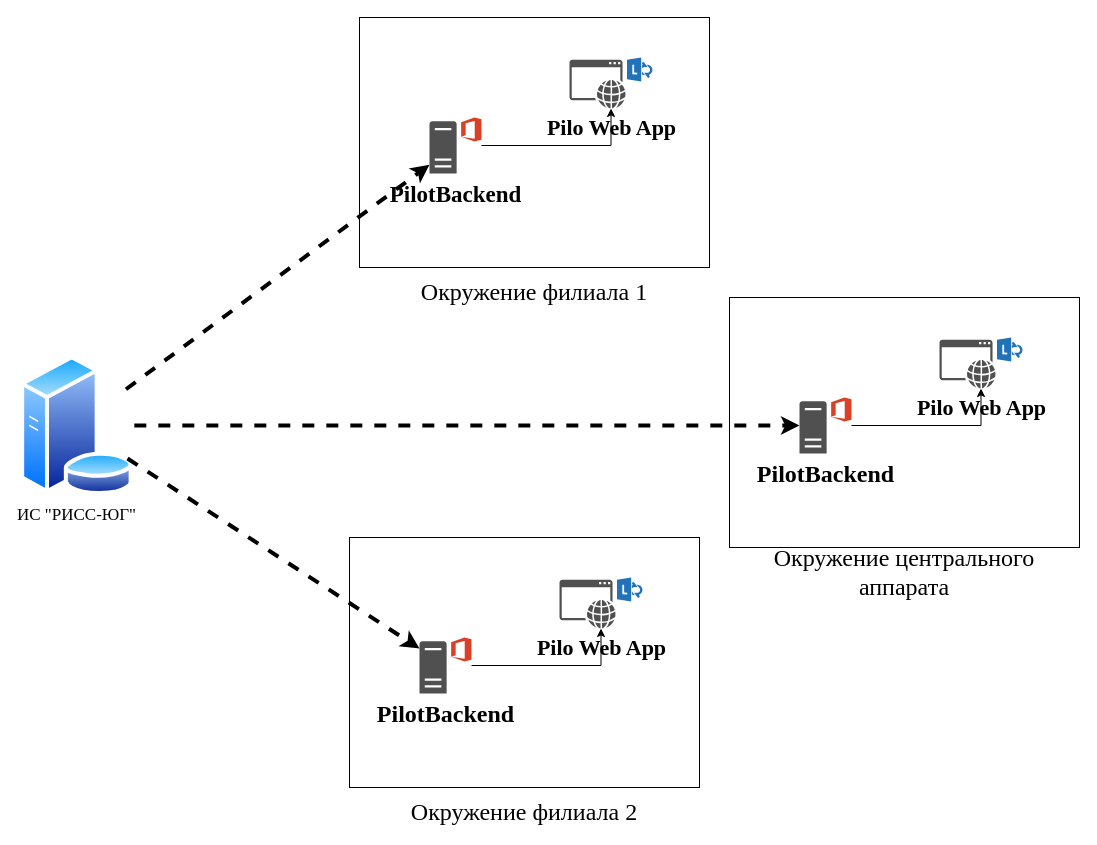
This is page "РИИС ЮГ" (16 of 16) of Pilot Схема потоков данных.drawio from aaf1974/ProjectDiagram, a draw.io file, before an edit. Source tidied: cells renumbered, new cells numbered last; positions are measured from the earlier drawing's top-left corner, leaving out a move shared by most shapes. Both pictures are drawn from the tidied source at 100%, with x=0, y=0 at pixel (19, 17).
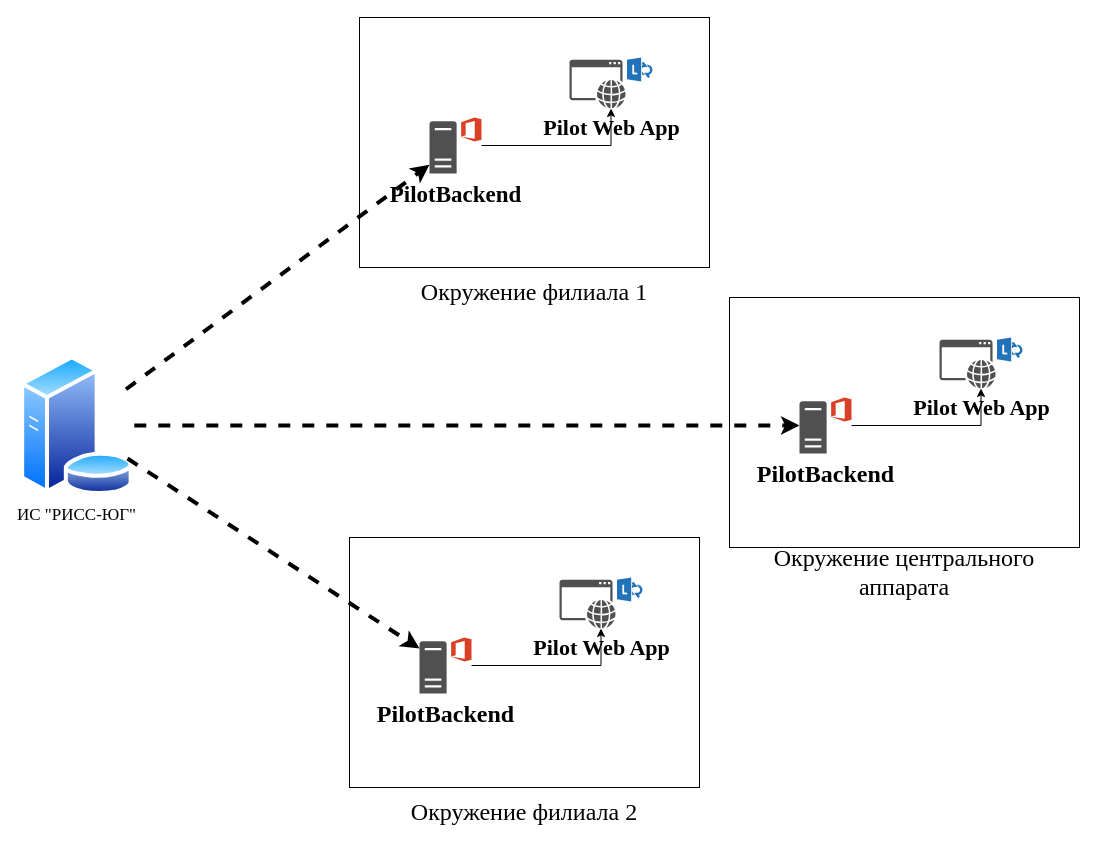
The same diagram, later.

Unchanged cells that the change refers to:
```xml
<mxCell id="3" style="group;" parent="1" vertex="1">
  <mxGeometry x="340" width="350" height="290" as="geometry" />
</mxCell>
<mxCell id="9" style="group;" parent="1" vertex="1">
  <mxGeometry x="330" y="520" width="350" height="290" as="geometry" />
</mxCell>
<mxCell id="15" style="group;" parent="1" vertex="1">
  <mxGeometry x="710" y="280" width="350" height="290" as="geometry" />
</mxCell>
```

Change to the diagram source:
```diff
@@
-    <mxCell id="7" value="&lt;font face=&quot;Times New Roman&quot; style=&quot;font-size: 22px;&quot;&gt;Pilo Web App&lt;/font&gt;" style="sketch=0;shadow=0;dashed=0;html=1;strokeColor=none;fillColor=#505050;labelPosition=center;verticalLabelPosition=bottom;verticalAlign=top;outlineConnect=0;align=center;shape=mxgraph.office.services.lync_web_app_client;fontSize=22;fontStyle=1;" parent="3" vertex="1">
+    <mxCell id="7" value="&lt;font face=&quot;Times New Roman&quot; style=&quot;font-size: 22px;&quot;&gt;Pilot Web App&lt;/font&gt;" style="sketch=0;shadow=0;dashed=0;html=1;strokeColor=none;fillColor=#505050;labelPosition=center;verticalLabelPosition=bottom;verticalAlign=top;outlineConnect=0;align=center;shape=mxgraph.office.services.lync_web_app_client;fontSize=22;fontStyle=1;" parent="3" vertex="1">
       <mxGeometry x="210" y="40" width="83" height="51" as="geometry" />
     </mxCell>
@@
-    <mxCell id="13" value="&lt;font face=&quot;Times New Roman&quot; style=&quot;font-size: 22px;&quot;&gt;Pilo Web App&lt;/font&gt;" style="sketch=0;shadow=0;dashed=0;html=1;strokeColor=none;fillColor=#505050;labelPosition=center;verticalLabelPosition=bottom;verticalAlign=top;outlineConnect=0;align=center;shape=mxgraph.office.services.lync_web_app_client;fontSize=22;fontStyle=1;" parent="9" vertex="1">
+    <mxCell id="13" value="&lt;font face=&quot;Times New Roman&quot; style=&quot;font-size: 22px;&quot;&gt;Pilot Web App&lt;/font&gt;" style="sketch=0;shadow=0;dashed=0;html=1;strokeColor=none;fillColor=#505050;labelPosition=center;verticalLabelPosition=bottom;verticalAlign=top;outlineConnect=0;align=center;shape=mxgraph.office.services.lync_web_app_client;fontSize=22;fontStyle=1;" parent="9" vertex="1">
       <mxGeometry x="210" y="40" width="83" height="51" as="geometry" />
     </mxCell>
@@
-    <mxCell id="19" value="&lt;font face=&quot;Times New Roman&quot; style=&quot;font-size: 22px;&quot;&gt;Pilo Web App&lt;/font&gt;" style="sketch=0;shadow=0;dashed=0;html=1;strokeColor=none;fillColor=#505050;labelPosition=center;verticalLabelPosition=bottom;verticalAlign=top;outlineConnect=0;align=center;shape=mxgraph.office.services.lync_web_app_client;fontSize=22;fontStyle=1;" parent="15" vertex="1">
+    <mxCell id="19" value="&lt;font face=&quot;Times New Roman&quot; style=&quot;font-size: 22px;&quot;&gt;Pilot Web App&lt;/font&gt;" style="sketch=0;shadow=0;dashed=0;html=1;strokeColor=none;fillColor=#505050;labelPosition=center;verticalLabelPosition=bottom;verticalAlign=top;outlineConnect=0;align=center;shape=mxgraph.office.services.lync_web_app_client;fontSize=22;fontStyle=1;" parent="15" vertex="1">
       <mxGeometry x="210" y="40" width="83" height="51" as="geometry" />
     </mxCell>
```
